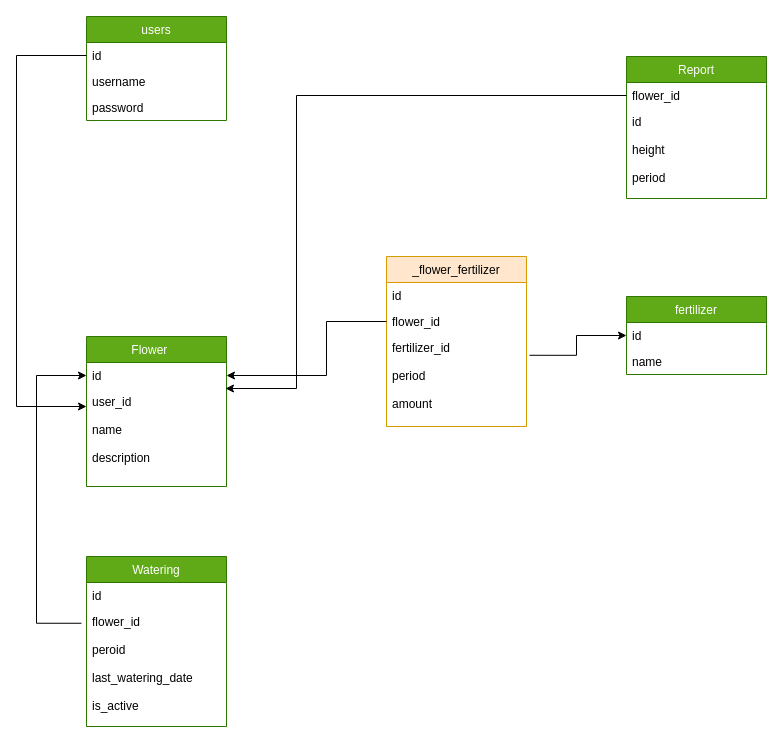
The draw.io diagram Pot_Flow_Chart.drawio in ahmadabd/pot, before the edit. Source tidied: cells renumbered, new cells numbered last; positions are measured from the earlier drawing's top-left corner, leaving out a move shared by most shapes. Both pictures are drawn from the tidied source at 100%, with x=0, y=0 at pixel (16, 16).
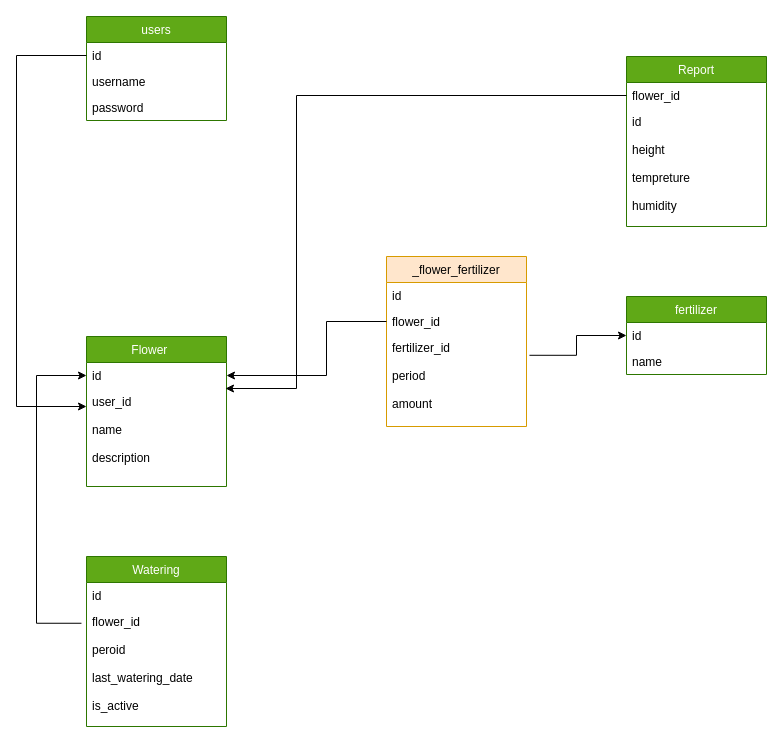
The same diagram, later.

The edit, as a diff of the source:
```diff
@@
     <mxCell id="5" value="Report" style="swimlane;fontStyle=0;horizontal=1;startSize=26;fillColor=#60a917;strokeColor=#2D7600;fontColor=#ffffff;" parent="1" vertex="1">
-      <mxGeometry x="610" y="40" width="140" height="142" as="geometry" />
+      <mxGeometry x="610" y="40" width="140" height="170" as="geometry" />
     </mxCell>
@@
-    <mxCell id="8" value="height&#10;&#10;period" style="text;strokeColor=none;fillColor=none;align=left;verticalAlign=top;spacingLeft=4;spacingRight=4;overflow=hidden;" parent="5" vertex="1">
-      <mxGeometry y="80" width="140" height="62" as="geometry" />
+    <mxCell id="8" value="height&#10;&#10;tempreture&#10;&#10;humidity&#10;&#10;&#10;" style="text;strokeColor=none;fillColor=none;align=left;verticalAlign=top;spacingLeft=4;spacingRight=4;overflow=hidden;" parent="5" vertex="1">
+      <mxGeometry y="80" width="140" height="90" as="geometry" />
     </mxCell>
```
